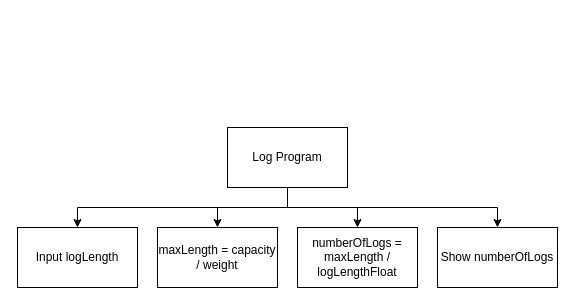
This is Unit1-01/topdown.drawio from Infinity-deGuzman/ICS4U-Unit1-Infinity-De-Guzman, a draw.io file, before an edit. Source tidied: cells renumbered, new cells numbered last; positions are measured from the earlier drawing's top-left corner, leaving out a move shared by most shapes. Both pictures are drawn from the tidied source at 100%, with x=0, y=0 at pixel (17, 127).
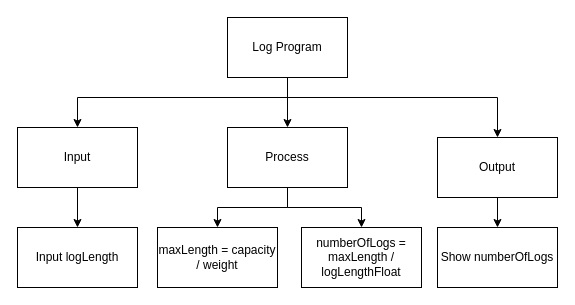
After the change.

Commit message (it also covers changes not shown here):
finished flowchart and topdown

The change refers to these unchanged cells:
```xml
<mxCell id="7" value="Input logLength" style="rounded=0;whiteSpace=wrap;html=1;" parent="1" vertex="1">
  <mxGeometry y="100" width="120" height="60" as="geometry" />
</mxCell>
<mxCell id="8" value="maxLength = capacity / weight" style="rounded=0;whiteSpace=wrap;html=1;" parent="1" vertex="1">
  <mxGeometry x="140" y="100" width="120" height="60" as="geometry" />
</mxCell>
<mxCell id="10" value="Show numberOfLogs" style="rounded=0;whiteSpace=wrap;html=1;" parent="1" vertex="1">
  <mxGeometry x="420" y="100" width="120" height="60" as="geometry" />
</mxCell>
```

The edit, as a diff of the source:
```diff
@@
-    <mxCell id="2" style="edgeStyle=none;html=1;exitX=0.5;exitY=1;exitDx=0;exitDy=0;entryX=0.5;entryY=0;entryDx=0;entryDy=0;rounded=0;" parent="1" edge="1" source="6" target="7">
+    <mxCell id="2" style="edgeStyle=none;html=1;exitX=0.5;exitY=1;exitDx=0;exitDy=0;entryX=0.5;entryY=0;entryDx=0;entryDy=0;rounded=0;" parent="1" edge="1" source="6" target="12">
       <mxGeometry relative="1" as="geometry">
         <Array as="points">
-          <mxPoint x="270" y="80" />
-          <mxPoint x="60" y="80" />
+          <mxPoint x="270" y="-30" />
+          <mxPoint x="60" y="-30" />
         </Array>
       </mxGeometry>
     </mxCell>
-    <mxCell id="3" style="edgeStyle=none;rounded=0;html=1;exitX=0.5;exitY=1;exitDx=0;exitDy=0;entryX=0.5;entryY=0;entryDx=0;entryDy=0;" parent="1" edge="1" source="6" target="8">
+    <mxCell id="3" style="edgeStyle=none;rounded=0;html=1;exitX=0.5;exitY=1;exitDx=0;exitDy=0;entryX=0.5;entryY=0;entryDx=0;entryDy=0;" parent="1" edge="1" source="6" target="15">
       <mxGeometry relative="1" as="geometry">
         <Array as="points">
-          <mxPoint x="270" y="80" />
-          <mxPoint x="200" y="80" />
+          <mxPoint x="270" y="-30" />
         </Array>
       </mxGeometry>
     </mxCell>
-    <mxCell id="4" style="edgeStyle=none;rounded=0;html=1;exitX=0.5;exitY=1;exitDx=0;exitDy=0;entryX=0.5;entryY=0;entryDx=0;entryDy=0;" parent="1" edge="1" source="6" target="9">
-      <mxGeometry relative="1" as="geometry">
-        <Array as="points">
-          <mxPoint x="270" y="80" />
-          <mxPoint x="340" y="80" />
-        </Array>
-      </mxGeometry>
-    </mxCell>
-    <mxCell id="5" style="edgeStyle=none;rounded=0;html=1;exitX=0.5;exitY=1;exitDx=0;exitDy=0;entryX=0.5;entryY=0;entryDx=0;entryDy=0;" parent="1" edge="1" source="6" target="10">
+    <mxCell id="5" style="edgeStyle=none;rounded=0;html=1;exitX=0.5;exitY=1;exitDx=0;exitDy=0;entryX=0.5;entryY=0;entryDx=0;entryDy=0;" parent="1" edge="1" source="6" target="17">
       <mxGeometry relative="1" as="geometry">
         <Array as="points">
-          <mxPoint x="270" y="80" />
-          <mxPoint x="480" y="80" />
+          <mxPoint x="270" y="-30" />
+          <mxPoint x="480" y="-30" />
         </Array>
       </mxGeometry>
     </mxCell>
     <mxCell id="6" value="Log Program" style="rounded=0;whiteSpace=wrap;html=1;" parent="1" vertex="1">
-      <mxGeometry x="210" width="120" height="60" as="geometry" />
+      <mxGeometry x="210" y="-110" width="120" height="60" as="geometry" />
     </mxCell>
@@
     <mxCell id="9" value="numberOfLogs = maxLength / logLengthFloat" style="rounded=0;whiteSpace=wrap;html=1;" parent="1" vertex="1">
-      <mxGeometry x="280" y="100" width="120" height="60" as="geometry" />
+      <mxGeometry x="284" y="100" width="120" height="60" as="geometry" />
     </mxCell>
@@
+    <mxCell id="11" style="edgeStyle=none;rounded=0;html=1;exitX=0.5;exitY=1;exitDx=0;exitDy=0;entryX=0.5;entryY=0;entryDx=0;entryDy=0;" parent="1" edge="1" source="12" target="7">
+      <mxGeometry relative="1" as="geometry" />
+    </mxCell>
+    <mxCell id="12" value="Input" style="rounded=0;whiteSpace=wrap;html=1;" parent="1" vertex="1">
+      <mxGeometry width="120" height="60" as="geometry" />
+    </mxCell>
+    <mxCell id="13" style="edgeStyle=none;rounded=0;html=1;exitX=0.5;exitY=1;exitDx=0;exitDy=0;entryX=0.5;entryY=0;entryDx=0;entryDy=0;" parent="1" edge="1" source="15" target="8">
+      <mxGeometry relative="1" as="geometry">
+        <Array as="points">
+          <mxPoint x="270" y="80" />
+          <mxPoint x="200" y="80" />
+        </Array>
+      </mxGeometry>
+    </mxCell>
+    <mxCell id="14" style="edgeStyle=none;rounded=0;html=1;exitX=0.5;exitY=1;exitDx=0;exitDy=0;entryX=0.5;entryY=0;entryDx=0;entryDy=0;" parent="1" edge="1" source="15" target="9">
+      <mxGeometry relative="1" as="geometry">
+        <Array as="points">
+          <mxPoint x="270" y="80" />
+          <mxPoint x="344" y="80" />
+        </Array>
+      </mxGeometry>
+    </mxCell>
+    <mxCell id="15" value="Process" style="rounded=0;whiteSpace=wrap;html=1;" parent="1" vertex="1">
+      <mxGeometry x="210" width="120" height="60" as="geometry" />
+    </mxCell>
+    <mxCell id="16" style="edgeStyle=none;rounded=0;html=1;exitX=0.5;exitY=1;exitDx=0;exitDy=0;entryX=0.5;entryY=0;entryDx=0;entryDy=0;" parent="1" edge="1" source="17" target="10">
+      <mxGeometry relative="1" as="geometry" />
+    </mxCell>
+    <mxCell id="17" value="Output" style="rounded=0;whiteSpace=wrap;html=1;" parent="1" vertex="1">
+      <mxGeometry x="420" y="10" width="120" height="60" as="geometry" />
+    </mxCell>
```
